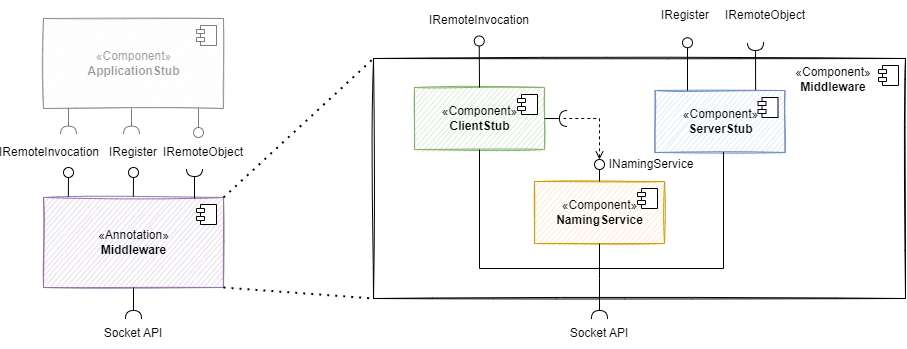
Earlier version of the draw.io export Dokumentation/Middleware/diagrams/layer1.png (sckoenig/Distributed-Tron). Source tidied: cells renumbered, new cells last; positions are measured from the earlier drawing's top-left corner, leaving out a move shared by most shapes.
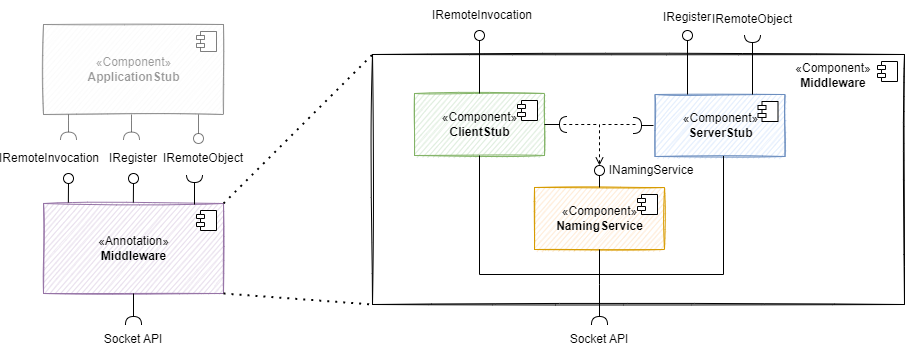
The same file after the commit.

Change to the diagram source:
```diff
@@ -3,7 +3,7 @@
     <mxCell id="0" />
     <mxCell id="1" parent="0" />
     <mxCell id="2" style="html=1;sketch=1;fillColor=none;" parent="1" vertex="1">
-      <mxGeometry x="354" y="58" width="532" height="240" as="geometry" />
+      <mxGeometry x="353" y="48" width="532" height="250" as="geometry" />
     </mxCell>
     <mxCell id="3" style="shape=module;jettyWidth=8;jettyHeight=4;sketch=0;" parent="2" vertex="1">
       <mxGeometry x="1" width="20" height="20" relative="1" as="geometry">
@@ -11,7 +11,7 @@
       </mxGeometry>
     </mxCell>
     <mxCell id="4" value="&lt;span style=&quot;&quot;&gt;«Component»&lt;/span&gt;&lt;br style=&quot;&quot;&gt;&lt;b style=&quot;&quot;&gt;Middleware&lt;/b&gt;" style="text;html=1;strokeColor=none;fillColor=none;align=center;verticalAlign=middle;whiteSpace=wrap;rounded=0;shadow=0;sketch=0;" parent="1" vertex="1">
-      <mxGeometry x="784" y="64" width="60" height="30" as="geometry" />
+      <mxGeometry x="784" y="54" width="60" height="30" as="geometry" />
     </mxCell>
     <mxCell id="5" value="«Component»&lt;br&gt;&lt;b&gt;ClientStub&lt;/b&gt;" style="html=1;shadow=0;sketch=1;fillColor=#d5e8d4;strokeColor=#82b366;" parent="1" vertex="1">
       <mxGeometry x="395" y="87" width="130" height="62" as="geometry" />
@@ -22,7 +22,7 @@
       </mxGeometry>
     </mxCell>
     <mxCell id="7" value="«Component»&lt;br&gt;&lt;b&gt;ServerStub&lt;/b&gt;" style="html=1;shadow=0;sketch=1;fillColor=#dae8fc;strokeColor=#6c8ebf;" parent="1" vertex="1">
-      <mxGeometry x="635.5" y="90" width="130" height="62" as="geometry" />
+      <mxGeometry x="635.5" y="88" width="130" height="62" as="geometry" />
     </mxCell>
     <mxCell id="8" style="shape=module;jettyWidth=8;jettyHeight=4;shadow=0;sketch=0;" parent="7" vertex="1">
       <mxGeometry x="1" width="20" height="20" relative="1" as="geometry">
@@ -109,30 +109,28 @@
       <mxGeometry x="0.2" y="137" width="60" height="30" as="geometry" />
     </mxCell>
     <mxCell id="25" style="ellipse;whiteSpace=wrap;html=1;align=center;points=[];outlineConnect=0;sketch=0;fillColor=none;" parent="1" vertex="1">
-      <mxGeometry x="454.8" y="35.5" width="10" height="10" as="geometry" />
+      <mxGeometry x="455" y="24" width="10" height="10" as="geometry" />
     </mxCell>
     <mxCell id="26" style="rounded=0;jettySize=auto;html=1;endArrow=none;endFill=0;sketch=0;sourcePerimeterSpacing=0;exitX=0.5;exitY=0;exitDx=0;exitDy=0;" parent="1" edge="1" source="5" target="25">
       <mxGeometry relative="1" as="geometry" />
     </mxCell>
     <mxCell id="27" value="IRemoteInvocation" style="text;html=1;strokeColor=none;fillColor=none;align=center;verticalAlign=middle;whiteSpace=wrap;rounded=0;sketch=0;" parent="1" vertex="1">
-      <mxGeometry x="430" y="5.5" width="60" height="30" as="geometry" />
+      <mxGeometry x="433" y="-6" width="60" height="30" as="geometry" />
     </mxCell>
     <mxCell id="28" style="ellipse;whiteSpace=wrap;html=1;align=center;points=[];outlineConnect=0;sketch=0;fillColor=none;" parent="1" vertex="1">
-      <mxGeometry x="663" y="37.2" width="10" height="10" as="geometry" />
+      <mxGeometry x="663" y="24" width="10" height="10" as="geometry" />
     </mxCell>
     <mxCell id="29" style="rounded=0;jettySize=auto;html=1;endArrow=none;endFill=0;sketch=0;sourcePerimeterSpacing=0;exitX=0.25;exitY=0;exitDx=0;exitDy=0;" parent="1" edge="1" source="7" target="28">
       <mxGeometry relative="1" as="geometry" />
     </mxCell>
     <mxCell id="30" value="IRegister" style="text;html=1;strokeColor=none;fillColor=none;align=center;verticalAlign=middle;whiteSpace=wrap;rounded=0;sketch=0;" parent="1" vertex="1">
-      <mxGeometry x="636" width="60" height="30" as="geometry" />
+      <mxGeometry x="638" y="-4" width="60" height="30" as="geometry" />
     </mxCell>
-    <mxCell id="31" style="rounded=0;jettySize=auto;html=1;endArrow=halfCircle;endFill=0;endSize=6;strokeWidth=1;sketch=0;exitX=0.774;exitY=-0.01;exitDx=0;exitDy=0;exitPerimeter=0;" parent="1" edge="1" source="7">
-      <mxGeometry relative="1" as="geometry">
-        <mxPoint x="736" y="42" as="targetPoint" />
-      </mxGeometry>
+    <mxCell id="31" style="rounded=0;jettySize=auto;html=1;endArrow=halfCircle;endFill=0;endSize=6;strokeWidth=1;sketch=0;exitX=0.75;exitY=0;exitDx=0;exitDy=0;" parent="1" edge="1" source="7" target="32">
+      <mxGeometry relative="1" as="geometry" />
     </mxCell>
     <mxCell id="32" value="IRemoteObject" style="text;html=1;strokeColor=none;fillColor=none;align=center;verticalAlign=middle;whiteSpace=wrap;rounded=0;sketch=0;" parent="1" vertex="1">
-      <mxGeometry x="716" width="60" height="30" as="geometry" />
+      <mxGeometry x="703" y="-2" width="60" height="30" as="geometry" />
     </mxCell>
     <mxCell id="33" value="«Component»&lt;br&gt;&lt;b&gt;NamingService&lt;/b&gt;" style="html=1;shadow=0;sketch=1;fillColor=#ffe6cc;strokeColor=#d79b00;" parent="1" vertex="1">
       <mxGeometry x="515" y="181" width="130" height="62" as="geometry" />
@@ -210,5 +208,17 @@
         <mxPoint x="114" y="318" as="targetPoint" />
       </mxGeometry>
     </mxCell>
+    <mxCell id="49" style="endArrow=none;dashed=1;html=1;rounded=0;" parent="1" edge="1">
+      <mxGeometry relative="1" as="geometry">
+        <mxPoint x="583" y="118" as="sourcePoint" />
+        <mxPoint x="616" y="118" as="targetPoint" />
+      </mxGeometry>
+    </mxCell>
+    <mxCell id="50" style="rounded=0;orthogonalLoop=1;jettySize=auto;html=1;endArrow=halfCircle;endFill=0;endSize=6;strokeWidth=1;sketch=0;" parent="1" edge="1">
+      <mxGeometry relative="1" as="geometry">
+        <mxPoint x="634" y="119" as="sourcePoint" />
+        <mxPoint x="614" y="119" as="targetPoint" />
+      </mxGeometry>
+    </mxCell>
   </root>
 </mxGraphModel>
```
